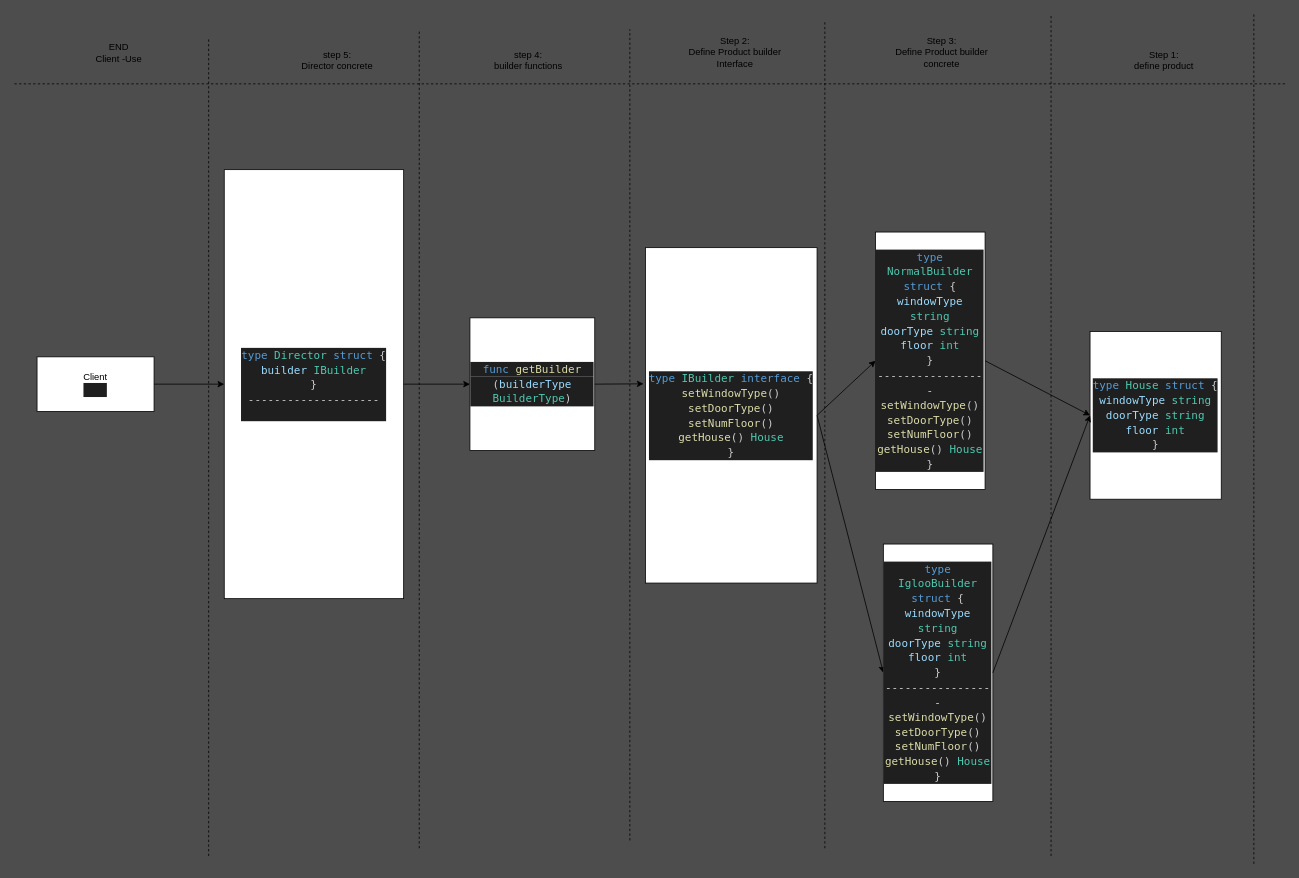
This is app/designPatterns/creational/Builder/eg-5/builder-5.drawio from Reza-sd/lem, a draw.io file, before an edit. Source tidied: cells renumbered, new cells numbered last; positions are measured from the earlier drawing's top-left corner, leaving out a move shared by most shapes. Both pictures are drawn from the tidied source at 78%, with x=0, y=0 at pixel (13, 13).
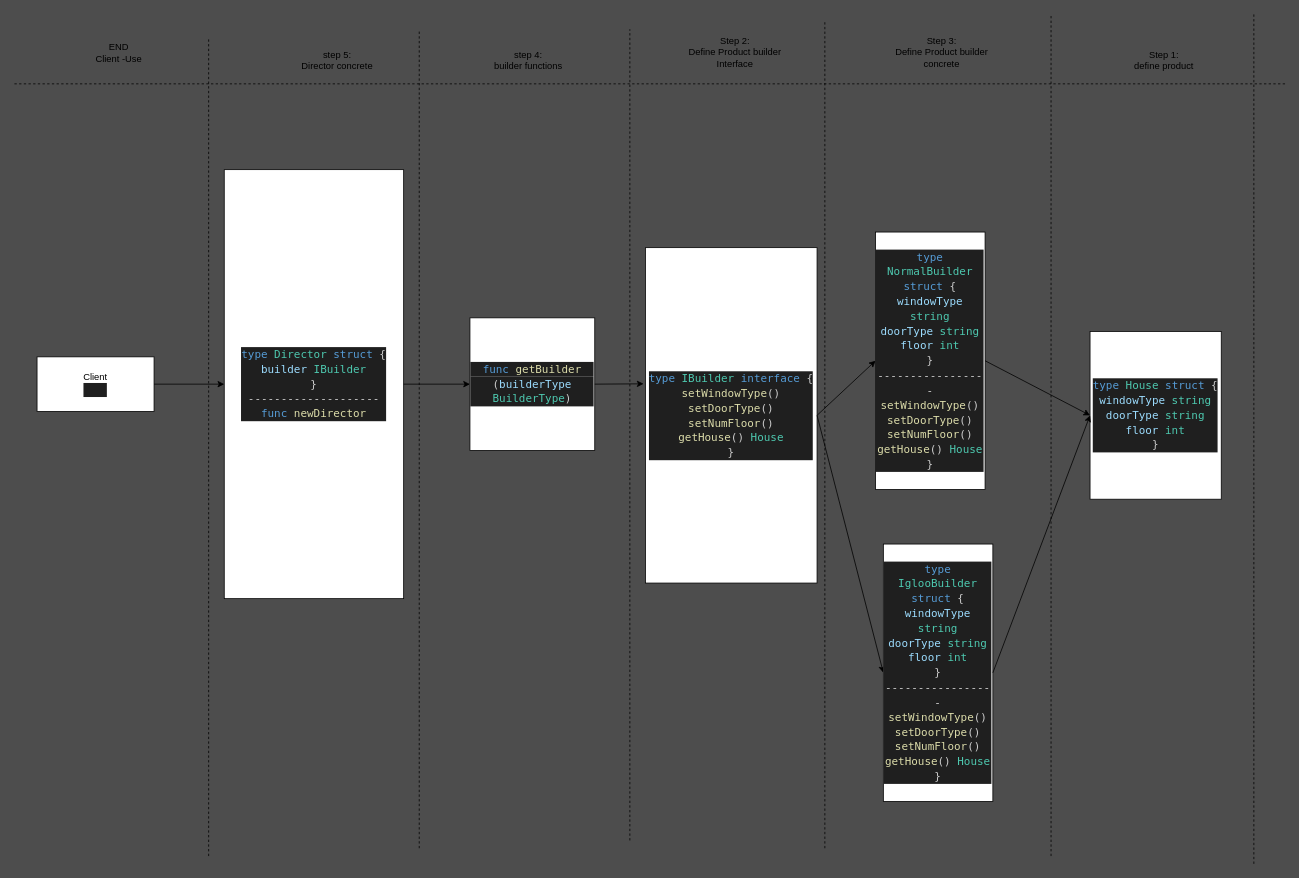
Above is the later version.

The edit, as a diff of the source:
```diff
@@
-    <mxCell id="24" value="&lt;div style=&quot;color: rgb(204, 204, 204); background-color: rgb(31, 31, 31); font-family: &amp;quot;Droid Sans Mono&amp;quot;, &amp;quot;monospace&amp;quot;, monospace; font-size: 14px; line-height: 19px;&quot;&gt;&lt;div&gt;&lt;/div&gt;&lt;div&gt;&lt;div style=&quot;font-family: Menlo, Monaco, &amp;quot;Courier New&amp;quot;, monospace; font-size: 12px; line-height: 18px;&quot;&gt;&lt;div style=&quot;font-family: &amp;quot;Droid Sans Mono&amp;quot;, &amp;quot;monospace&amp;quot;, monospace; font-size: 14px; line-height: 19px;&quot;&gt;&lt;div&gt;&lt;span style=&quot;color: #569cd6;&quot;&gt;type&lt;/span&gt; &lt;span style=&quot;color: #4ec9b0;&quot;&gt;Director&lt;/span&gt; &lt;span style=&quot;color: #569cd6;&quot;&gt;struct&lt;/span&gt; {&lt;/div&gt;&lt;div&gt;    &lt;span style=&quot;color: #9cdcfe;&quot;&gt;builder&lt;/span&gt; &lt;span style=&quot;color: #4ec9b0;&quot;&gt;IBuilder&lt;/span&gt;&lt;/div&gt;&lt;div&gt;}&lt;/div&gt;&lt;/div&gt;&lt;/div&gt;--------------------&lt;div style=&quot;font-family: Menlo, Monaco, &amp;quot;Courier New&amp;quot;, monospace; font-size: 12px; line-height: 18px;&quot;&gt;&lt;br&gt;&lt;/div&gt;&lt;/div&gt;&lt;div&gt;&lt;div style=&quot;line-height: 19px;&quot;&gt;&lt;/div&gt;&lt;/div&gt;&lt;/div&gt;&lt;div style=&quot;color: rgb(204, 204, 204); background-color: rgb(31, 31, 31); font-family: &amp;quot;Droid Sans Mono&amp;quot;, &amp;quot;monospace&amp;quot;, monospace; font-size: 14px; line-height: 19px;&quot;&gt;&lt;/div&gt;&lt;div style=&quot;color: rgb(204, 204, 204); background-color: rgb(31, 31, 31); font-family: &amp;quot;Droid Sans Mono&amp;quot;, &amp;quot;monospace&amp;quot;, monospace; font-size: 14px; line-height: 19px;&quot;&gt;&lt;/div&gt;&lt;div style=&quot;color: rgb(204, 204, 204); background-color: rgb(31, 31, 31); font-family: &amp;quot;Droid Sans Mono&amp;quot;, &amp;quot;monospace&amp;quot;, monospace; font-size: 14px; line-height: 19px;&quot;&gt;&lt;div style=&quot;line-height: 19px;&quot;&gt;&lt;/div&gt;&lt;/div&gt;&lt;div style=&quot;color: rgb(204, 204, 204); background-color: rgb(31, 31, 31); font-family: &amp;quot;Droid Sans Mono&amp;quot;, &amp;quot;monospace&amp;quot;, monospace; font-size: 14px; line-height: 19px;&quot;&gt;&lt;div&gt;&lt;/div&gt;&lt;/div&gt;&lt;div style=&quot;color: rgb(204, 204, 204); background-color: rgb(31, 31, 31); font-family: Menlo, Monaco, &amp;quot;Courier New&amp;quot;, monospace; line-height: 18px;&quot;&gt;&lt;/div&gt;&lt;div&gt;&lt;/div&gt;&lt;div&gt;&lt;div style=&quot;color: rgb(204, 204, 204); background-color: rgb(31, 31, 31); font-family: &amp;quot;Droid Sans Mono&amp;quot;, &amp;quot;monospace&amp;quot;, monospace; font-size: 14px; line-height: 19px;&quot;&gt;&lt;/div&gt;&lt;div style=&quot;color: rgb(204, 204, 204); background-color: rgb(31, 31, 31); font-family: Menlo, Monaco, &amp;quot;Courier New&amp;quot;, monospace; line-height: 18px;&quot;&gt;&lt;/div&gt;&lt;div style=&quot;color: rgb(204, 204, 204); background-color: rgb(31, 31, 31); font-family: Menlo, Monaco, &amp;quot;Courier New&amp;quot;, monospace; line-height: 18px;&quot;&gt;&lt;div style=&quot;font-family: &amp;quot;Droid Sans Mono&amp;quot;, &amp;quot;monospace&amp;quot;, monospace; font-size: 14px; line-height: 19px;&quot;&gt;&lt;/div&gt;&lt;div style=&quot;font-family: &amp;quot;Droid Sans Mono&amp;quot;, &amp;quot;monospace&amp;quot;, monospace; font-size: 14px; line-height: 19px;&quot;&gt;&lt;/div&gt;&lt;div style=&quot;font-family: &amp;quot;Droid Sans Mono&amp;quot;, &amp;quot;monospace&amp;quot;, monospace; font-size: 14px; line-height: 19px;&quot;&gt;&lt;div style=&quot;line-height: 19px;&quot;&gt;&lt;/div&gt;&lt;div style=&quot;line-height: 19px;&quot;&gt;&lt;/div&gt;&lt;/div&gt;&lt;/div&gt;&lt;/div&gt;&lt;div&gt;&lt;div style=&quot;color: rgb(204, 204, 204); background-color: rgb(31, 31, 31); font-family: &amp;quot;Droid Sans Mono&amp;quot;, &amp;quot;monospace&amp;quot;, monospace; font-size: 14px; line-height: 19px;&quot;&gt;&lt;/div&gt;&lt;div style=&quot;color: rgb(204, 204, 204); background-color: rgb(31, 31, 31); font-family: &amp;quot;Droid Sans Mono&amp;quot;, &amp;quot;monospace&amp;quot;, monospace; font-size: 14px; line-height: 19px;&quot;&gt;&lt;div style=&quot;line-height: 19px;&quot;&gt;&lt;div&gt;&lt;/div&gt;&lt;div&gt;&lt;/div&gt;&lt;/div&gt;&lt;/div&gt;&lt;div style=&quot;color: rgb(204, 204, 204); background-color: rgb(31, 31, 31); font-family: Menlo, Monaco, &amp;quot;Courier New&amp;quot;, monospace; line-height: 18px;&quot;&gt;&lt;/div&gt;&lt;div style=&quot;color: rgb(204, 204, 204); background-color: rgb(31, 31, 31); font-family: Menlo, Monaco, &amp;quot;Courier New&amp;quot;, monospace; line-height: 18px;&quot;&gt;&lt;/div&gt;&lt;div style=&quot;color: rgb(204, 204, 204); background-color: rgb(31, 31, 31); font-family: Menlo, Monaco, &amp;quot;Courier New&amp;quot;, monospace; line-height: 18px;&quot;&gt;&lt;/div&gt;&lt;/div&gt;&lt;div&gt;&lt;/div&gt;&lt;div&gt;&lt;/div&gt;&lt;div&gt;&lt;/div&gt;" style="rounded=0;whiteSpace=wrap;html=1;" parent="1" vertex="1">
+    <mxCell id="24" value="&lt;div style=&quot;color: rgb(204, 204, 204); background-color: rgb(31, 31, 31); font-family: &amp;quot;Droid Sans Mono&amp;quot;, &amp;quot;monospace&amp;quot;, monospace; font-size: 14px; line-height: 19px;&quot;&gt;&lt;div&gt;&lt;/div&gt;&lt;div&gt;&lt;div style=&quot;font-family: Menlo, Monaco, &amp;quot;Courier New&amp;quot;, monospace; font-size: 12px; line-height: 18px;&quot;&gt;&lt;div style=&quot;font-family: &amp;quot;Droid Sans Mono&amp;quot;, &amp;quot;monospace&amp;quot;, monospace; font-size: 14px; line-height: 19px;&quot;&gt;&lt;div&gt;&lt;span style=&quot;color: #569cd6;&quot;&gt;type&lt;/span&gt; &lt;span style=&quot;color: #4ec9b0;&quot;&gt;Director&lt;/span&gt; &lt;span style=&quot;color: #569cd6;&quot;&gt;struct&lt;/span&gt; {&lt;/div&gt;&lt;div&gt;    &lt;span style=&quot;color: #9cdcfe;&quot;&gt;builder&lt;/span&gt; &lt;span style=&quot;color: #4ec9b0;&quot;&gt;IBuilder&lt;/span&gt;&lt;/div&gt;&lt;div&gt;}&lt;/div&gt;&lt;/div&gt;&lt;/div&gt;--------------------&lt;div style=&quot;font-family: Menlo, Monaco, &amp;quot;Courier New&amp;quot;, monospace; font-size: 12px; line-height: 18px;&quot;&gt;&lt;div style=&quot;font-family: &amp;quot;Droid Sans Mono&amp;quot;, &amp;quot;monospace&amp;quot;, monospace; font-size: 14px; line-height: 19px;&quot;&gt;&lt;span style=&quot;color: #569cd6;&quot;&gt;func&lt;/span&gt; &lt;span style=&quot;color: #dcdcaa;&quot;&gt;newDirector&lt;/span&gt;&lt;/div&gt;&lt;/div&gt;&lt;/div&gt;&lt;div&gt;&lt;div style=&quot;line-height: 19px;&quot;&gt;&lt;/div&gt;&lt;/div&gt;&lt;/div&gt;&lt;div style=&quot;color: rgb(204, 204, 204); background-color: rgb(31, 31, 31); font-family: &amp;quot;Droid Sans Mono&amp;quot;, &amp;quot;monospace&amp;quot;, monospace; font-size: 14px; line-height: 19px;&quot;&gt;&lt;/div&gt;&lt;div style=&quot;color: rgb(204, 204, 204); background-color: rgb(31, 31, 31); font-family: &amp;quot;Droid Sans Mono&amp;quot;, &amp;quot;monospace&amp;quot;, monospace; font-size: 14px; line-height: 19px;&quot;&gt;&lt;/div&gt;&lt;div style=&quot;color: rgb(204, 204, 204); background-color: rgb(31, 31, 31); font-family: &amp;quot;Droid Sans Mono&amp;quot;, &amp;quot;monospace&amp;quot;, monospace; font-size: 14px; line-height: 19px;&quot;&gt;&lt;div style=&quot;line-height: 19px;&quot;&gt;&lt;/div&gt;&lt;/div&gt;&lt;div style=&quot;color: rgb(204, 204, 204); background-color: rgb(31, 31, 31); font-family: &amp;quot;Droid Sans Mono&amp;quot;, &amp;quot;monospace&amp;quot;, monospace; font-size: 14px; line-height: 19px;&quot;&gt;&lt;div&gt;&lt;/div&gt;&lt;/div&gt;&lt;div style=&quot;color: rgb(204, 204, 204); background-color: rgb(31, 31, 31); font-family: Menlo, Monaco, &amp;quot;Courier New&amp;quot;, monospace; line-height: 18px;&quot;&gt;&lt;/div&gt;&lt;div&gt;&lt;/div&gt;&lt;div&gt;&lt;div style=&quot;color: rgb(204, 204, 204); background-color: rgb(31, 31, 31); font-family: &amp;quot;Droid Sans Mono&amp;quot;, &amp;quot;monospace&amp;quot;, monospace; font-size: 14px; line-height: 19px;&quot;&gt;&lt;/div&gt;&lt;div style=&quot;color: rgb(204, 204, 204); background-color: rgb(31, 31, 31); font-family: Menlo, Monaco, &amp;quot;Courier New&amp;quot;, monospace; line-height: 18px;&quot;&gt;&lt;/div&gt;&lt;div style=&quot;color: rgb(204, 204, 204); background-color: rgb(31, 31, 31); font-family: Menlo, Monaco, &amp;quot;Courier New&amp;quot;, monospace; line-height: 18px;&quot;&gt;&lt;div style=&quot;font-family: &amp;quot;Droid Sans Mono&amp;quot;, &amp;quot;monospace&amp;quot;, monospace; font-size: 14px; line-height: 19px;&quot;&gt;&lt;/div&gt;&lt;div style=&quot;font-family: &amp;quot;Droid Sans Mono&amp;quot;, &amp;quot;monospace&amp;quot;, monospace; font-size: 14px; line-height: 19px;&quot;&gt;&lt;/div&gt;&lt;div style=&quot;font-family: &amp;quot;Droid Sans Mono&amp;quot;, &amp;quot;monospace&amp;quot;, monospace; font-size: 14px; line-height: 19px;&quot;&gt;&lt;div style=&quot;line-height: 19px;&quot;&gt;&lt;/div&gt;&lt;div style=&quot;line-height: 19px;&quot;&gt;&lt;/div&gt;&lt;/div&gt;&lt;/div&gt;&lt;/div&gt;&lt;div&gt;&lt;div style=&quot;color: rgb(204, 204, 204); background-color: rgb(31, 31, 31); font-family: &amp;quot;Droid Sans Mono&amp;quot;, &amp;quot;monospace&amp;quot;, monospace; font-size: 14px; line-height: 19px;&quot;&gt;&lt;/div&gt;&lt;div style=&quot;color: rgb(204, 204, 204); background-color: rgb(31, 31, 31); font-family: &amp;quot;Droid Sans Mono&amp;quot;, &amp;quot;monospace&amp;quot;, monospace; font-size: 14px; line-height: 19px;&quot;&gt;&lt;div style=&quot;line-height: 19px;&quot;&gt;&lt;div&gt;&lt;/div&gt;&lt;div&gt;&lt;/div&gt;&lt;/div&gt;&lt;/div&gt;&lt;div style=&quot;color: rgb(204, 204, 204); background-color: rgb(31, 31, 31); font-family: Menlo, Monaco, &amp;quot;Courier New&amp;quot;, monospace; line-height: 18px;&quot;&gt;&lt;/div&gt;&lt;div style=&quot;color: rgb(204, 204, 204); background-color: rgb(31, 31, 31); font-family: Menlo, Monaco, &amp;quot;Courier New&amp;quot;, monospace; line-height: 18px;&quot;&gt;&lt;/div&gt;&lt;div style=&quot;color: rgb(204, 204, 204); background-color: rgb(31, 31, 31); font-family: Menlo, Monaco, &amp;quot;Courier New&amp;quot;, monospace; line-height: 18px;&quot;&gt;&lt;/div&gt;&lt;/div&gt;&lt;div&gt;&lt;/div&gt;&lt;div&gt;&lt;/div&gt;&lt;div&gt;&lt;/div&gt;" style="rounded=0;whiteSpace=wrap;html=1;" parent="1" vertex="1">
       <mxGeometry x="270" y="200" width="230" height="550" as="geometry" />
     </mxCell>
```
